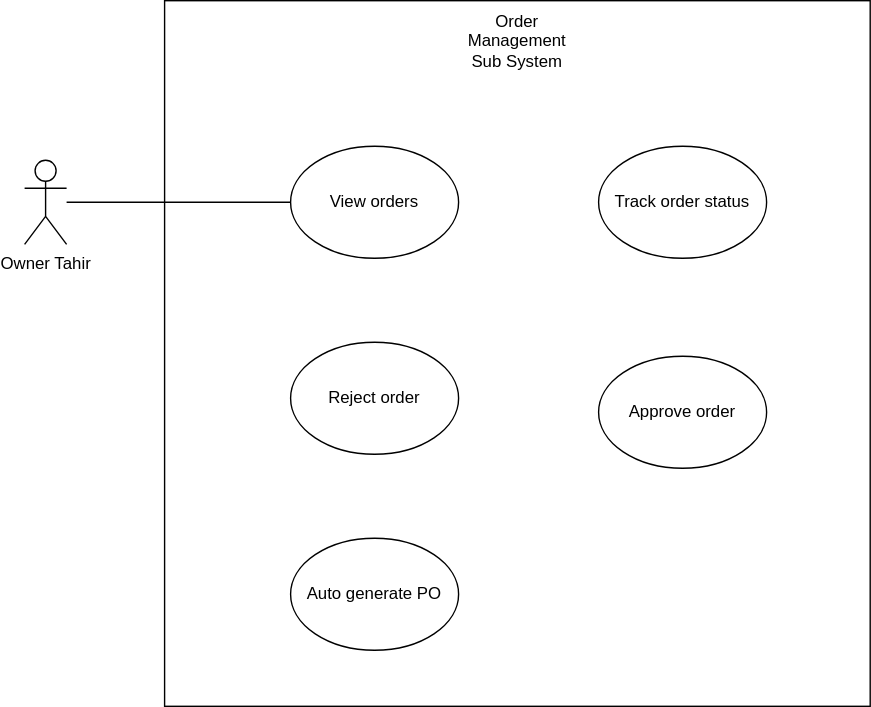
Simamkele88/IFM3_GP keeps this draw.io diagram as order.svg. Above is the earlier version. Source tidied: cells renumbered, new cells last; positions are measured from the earlier drawing's top-left corner, leaving out a move shared by most shapes.
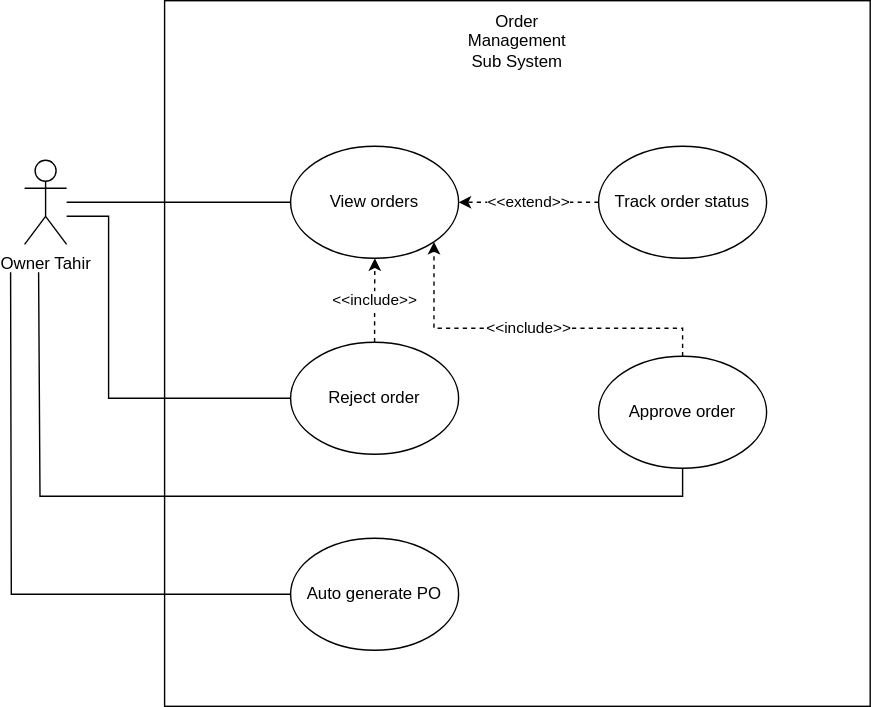
Above is the later version.

Change to the diagram source:
```diff
@@ -8,15 +8,48 @@
     <mxCell id="3" value="View orders" style="ellipse;whiteSpace=wrap;html=1;" parent="1" vertex="1">
       <mxGeometry x="190" y="104" width="120" height="80" as="geometry" />
     </mxCell>
+    <mxCell id="11" value="&amp;lt;&amp;lt;extend&amp;gt;&amp;gt;" style="edgeStyle=orthogonalEdgeStyle;rounded=0;jettySize=auto;html=1;dashed=1;" parent="1" edge="1" source="4" target="3">
+      <mxGeometry relative="1" as="geometry" />
+    </mxCell>
     <mxCell id="4" value="Track order status" style="ellipse;whiteSpace=wrap;html=1;" parent="1" vertex="1">
       <mxGeometry x="410" y="104" width="120" height="80" as="geometry" />
     </mxCell>
+    <mxCell id="12" style="edgeStyle=orthogonalEdgeStyle;rounded=0;jettySize=auto;html=1;endArrow=none;startFill=0;" parent="1" edge="1" source="5" target="10">
+      <mxGeometry relative="1" as="geometry">
+        <Array as="points">
+          <mxPoint x="60" y="284" />
+          <mxPoint x="60" y="154" />
+        </Array>
+      </mxGeometry>
+    </mxCell>
     <mxCell id="5" value="Reject order" style="ellipse;whiteSpace=wrap;html=1;" parent="1" vertex="1">
       <mxGeometry x="190" y="244" width="120" height="80" as="geometry" />
     </mxCell>
+    <mxCell id="13" value="&amp;lt;&amp;lt;include&amp;gt;&amp;gt;" style="edgeStyle=orthogonalEdgeStyle;rounded=0;jettySize=auto;html=1;exitX=0.5;exitY=0;exitDx=0;exitDy=0;entryX=1;entryY=1;entryDx=0;entryDy=0;dashed=1;" parent="1" edge="1" source="6" target="3">
+      <mxGeometry relative="1" as="geometry">
+        <Array as="points">
+          <mxPoint x="470" y="234" />
+          <mxPoint x="292" y="234" />
+        </Array>
+      </mxGeometry>
+    </mxCell>
+    <mxCell id="14" style="edgeStyle=orthogonalEdgeStyle;rounded=0;jettySize=auto;html=1;endArrow=none;startFill=0;" parent="1" edge="1" source="6">
+      <mxGeometry relative="1" as="geometry">
+        <mxPoint x="10" y="194" as="targetPoint" />
+        <Array as="points">
+          <mxPoint x="470" y="354" />
+          <mxPoint x="11" y="354" />
+        </Array>
+      </mxGeometry>
+    </mxCell>
     <mxCell id="6" value="Approve order" style="ellipse;whiteSpace=wrap;html=1;" parent="1" vertex="1">
       <mxGeometry x="410" y="254" width="120" height="80" as="geometry" />
     </mxCell>
+    <mxCell id="15" style="edgeStyle=orthogonalEdgeStyle;rounded=0;jettySize=auto;html=1;endArrow=none;startFill=0;" parent="1" edge="1" source="7">
+      <mxGeometry relative="1" as="geometry">
+        <mxPoint x="-10" y="194" as="targetPoint" />
+      </mxGeometry>
+    </mxCell>
     <mxCell id="7" value="Auto generate PO" style="ellipse;whiteSpace=wrap;html=1;" parent="1" vertex="1">
       <mxGeometry x="190" y="384" width="120" height="80" as="geometry" />
     </mxCell>
@@ -29,5 +62,8 @@
     <mxCell id="10" value="Owner Tahir" style="shape=umlActor;verticalLabelPosition=bottom;verticalAlign=top;html=1;outlineConnect=0;" parent="1" vertex="1">
       <mxGeometry y="114" width="30" height="60" as="geometry" />
     </mxCell>
+    <mxCell id="16" value="&amp;lt;&amp;lt;include&amp;gt;&amp;gt;" style="edgeStyle=orthogonalEdgeStyle;rounded=0;jettySize=auto;html=1;entryX=0.298;entryY=0.365;entryDx=0;entryDy=0;entryPerimeter=0;dashed=1;" parent="1" edge="1" source="5" target="2">
+      <mxGeometry relative="1" as="geometry" />
+    </mxCell>
   </root>
 </mxGraphModel>
```
